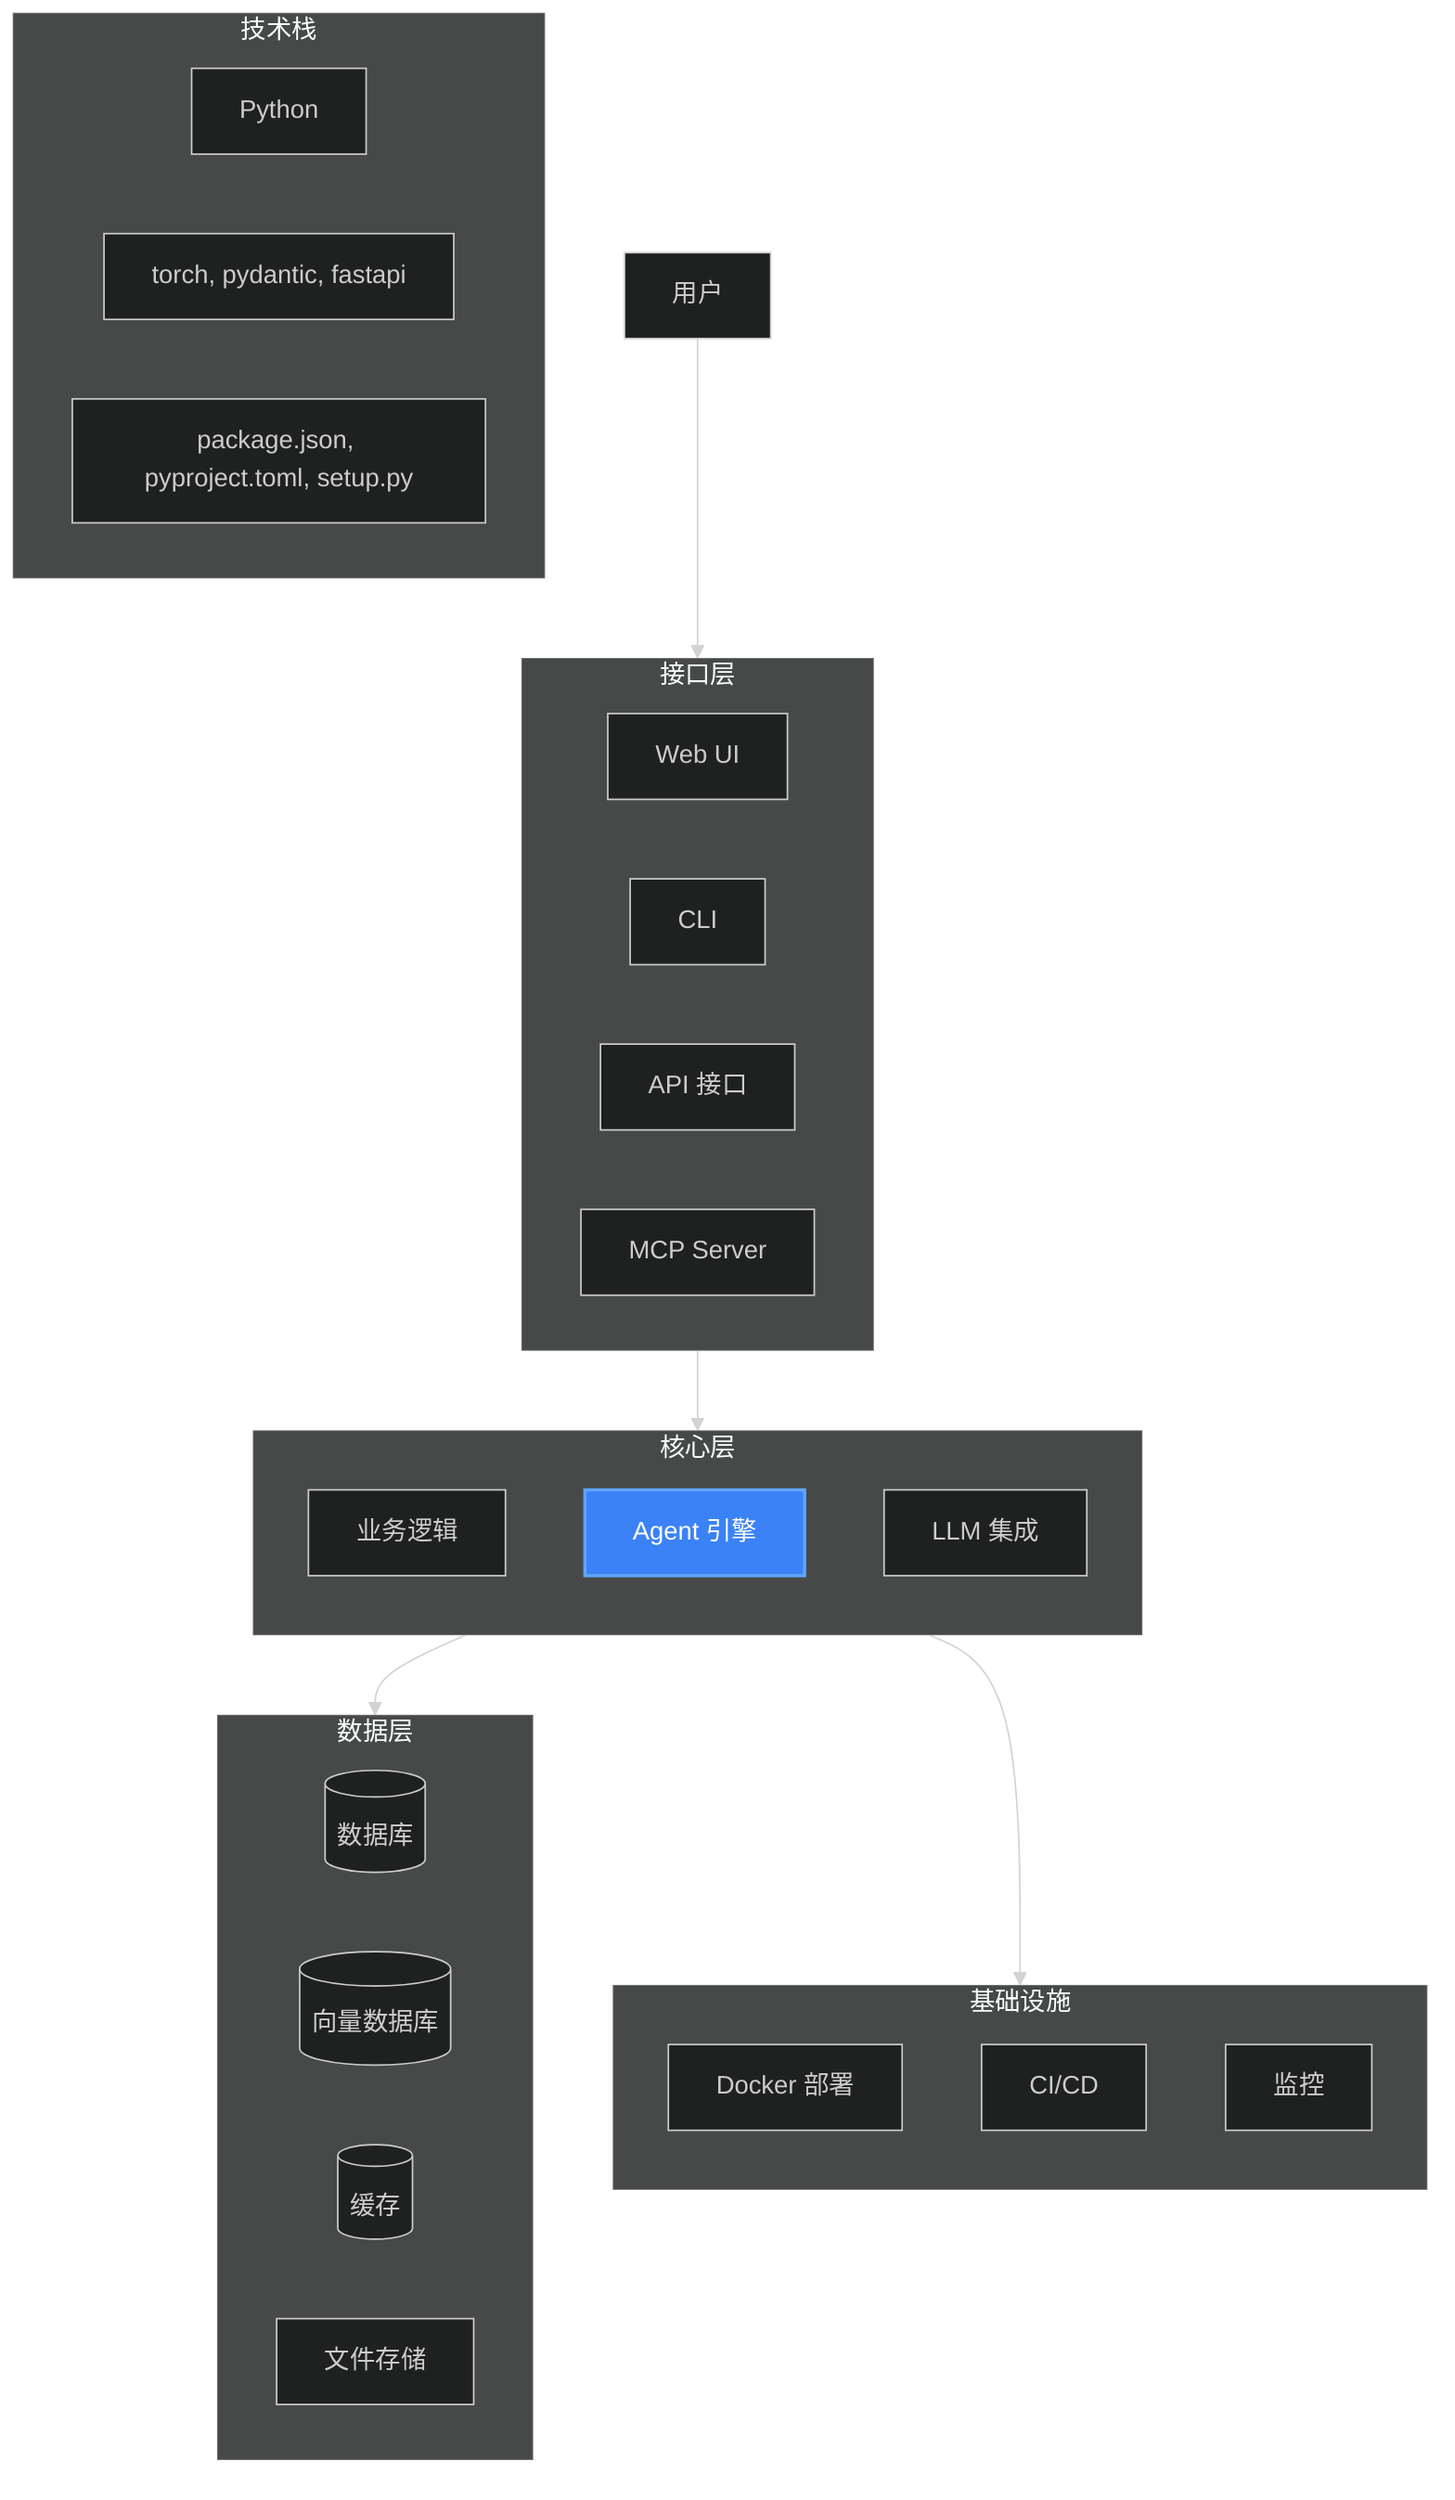
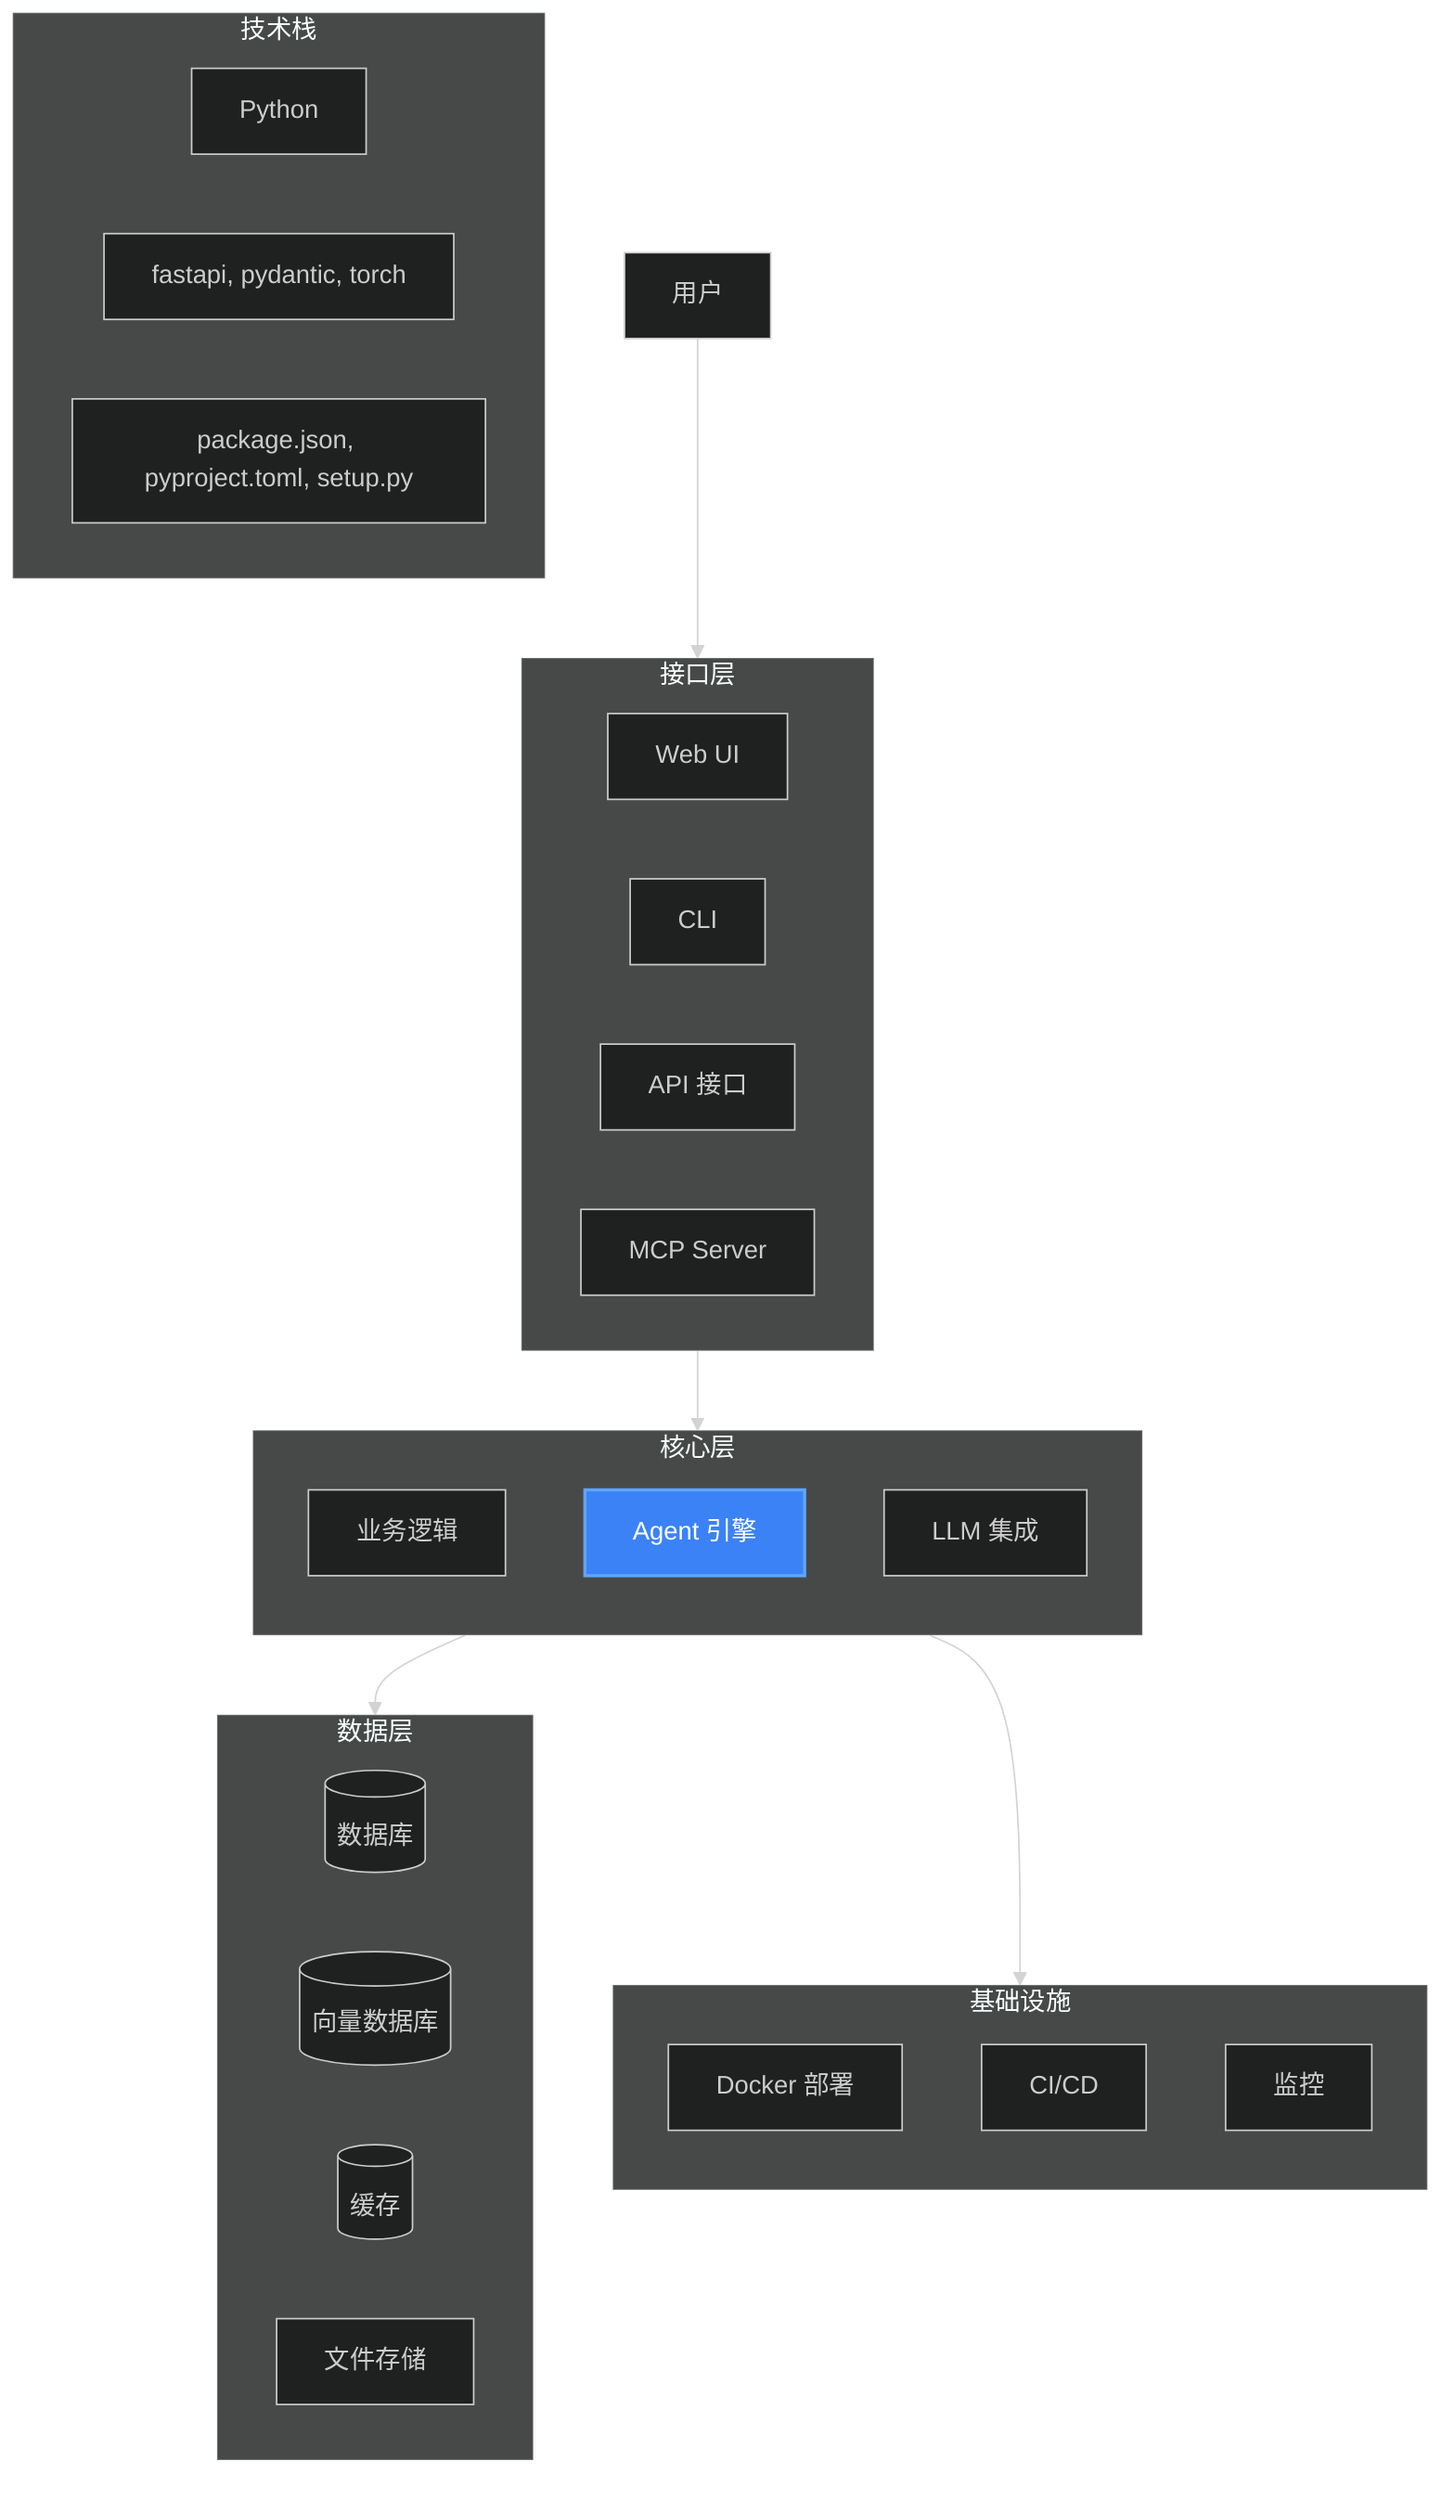
%%{init: {'theme': 'dark'}}%%
graph TB
    User[用户] --> Interface[接口层]

    subgraph Interface[接口层]
        direction LR
        WebUI[Web UI]
        CLI[CLI]
        API[API 接口]
        MCP[MCP Server]
    end

    subgraph Core[核心层]
        direction TB
        Business[业务逻辑]
        AgentEngine[Agent 引擎]:::highlight
        LLM[LLM 集成]
    end

    subgraph Data[数据层]
        direction LR
        Database[(数据库)]
        VectorDB[(向量数据库)]
        Cache[(缓存)]
        Files[文件存储]
    end

    subgraph Infra[基础设施]
        direction TB
        Docker[Docker 部署]
        CI/CD[CI/CD]
        Monitoring[监控]
    end

    Interface --> Core
    Core --> Data
    Core --> Infra

    classDef highlight fill:#3b82f6,stroke:#60a5fa,stroke-width:2px,color:white

    %% 技术栈信息
    subgraph TechStack[技术栈]
        direction LR
        Lang[Python]
-         FW[torch, pydantic, fastapi]
+         FW[fastapi, pydantic, torch]
        Deps[package.json, pyproject.toml, setup.py]
    end
